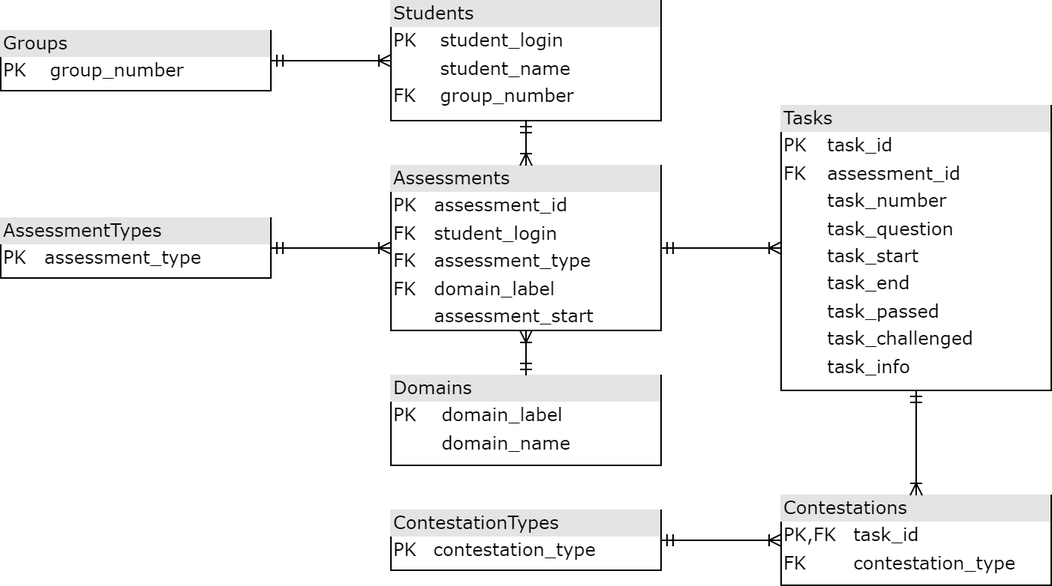
Before: docs/diagrams/data_base.png, a diagram exported from draw.io (aVorotnikov/ontologer). Source tidied: cells renumbered, new cells last; positions are measured from the earlier drawing's top-left corner, leaving out a move shared by most shapes.
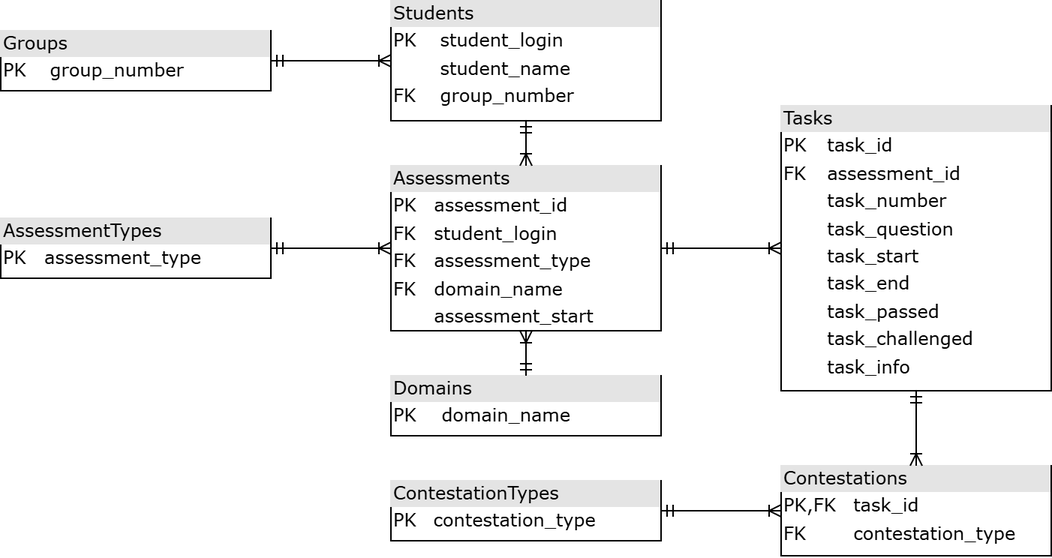
Later version of the same file.

Commit message:
Актуализирована схема базы данных

The edit, as a diff of the source:
```diff
@@ -11,7 +11,7 @@
     <mxCell id="4" style="edgeStyle=orthogonalEdgeStyle;html=1;endArrow=ERoneToMany;startArrow=ERmandOne;labelBackgroundColor=none;fontFamily=Verdana;fontSize=12;align=left;" parent="1" edge="1" source="2" target="3">
       <mxGeometry relative="1" as="geometry" />
     </mxCell>
-    <mxCell id="5" value="&lt;div style=&quot;box-sizing:border-box;width:100%;background:#e4e4e4;padding:2px;&quot;&gt;Assessments&lt;/div&gt;&lt;table style=&quot;width:100%;font-size:1em;&quot; cellpadding=&quot;2&quot; cellspacing=&quot;0&quot;&gt;&lt;tbody&gt;&lt;tr&gt;&lt;td&gt;PK&lt;/td&gt;&lt;td&gt;assessment_id&lt;/td&gt;&lt;/tr&gt;&lt;tr&gt;&lt;td&gt;FK&lt;/td&gt;&lt;td&gt;student_login&lt;/td&gt;&lt;/tr&gt;&lt;tr&gt;&lt;td&gt;FK&lt;/td&gt;&lt;td&gt;assessment_type&lt;/td&gt;&lt;/tr&gt;&lt;tr&gt;&lt;td&gt;FK&lt;/td&gt;&lt;td&gt;domain_label&lt;/td&gt;&lt;/tr&gt;&lt;tr&gt;&lt;td&gt;&lt;br&gt;&lt;/td&gt;&lt;td&gt;assessment_start&lt;/td&gt;&lt;/tr&gt;&lt;/tbody&gt;&lt;/table&gt;" style="verticalAlign=top;align=left;overflow=fill;html=1;rounded=0;shadow=0;comic=0;labelBackgroundColor=none;strokeWidth=1;fontFamily=Verdana;fontSize=12;" parent="1" vertex="1">
+    <mxCell id="5" value="&lt;div style=&quot;box-sizing:border-box;width:100%;background:#e4e4e4;padding:2px;&quot;&gt;Assessments&lt;/div&gt;&lt;table style=&quot;width:100%;font-size:1em;&quot; cellpadding=&quot;2&quot; cellspacing=&quot;0&quot;&gt;&lt;tbody&gt;&lt;tr&gt;&lt;td&gt;PK&lt;/td&gt;&lt;td&gt;assessment_id&lt;/td&gt;&lt;/tr&gt;&lt;tr&gt;&lt;td&gt;FK&lt;/td&gt;&lt;td&gt;student_login&lt;/td&gt;&lt;/tr&gt;&lt;tr&gt;&lt;td&gt;FK&lt;/td&gt;&lt;td&gt;assessment_type&lt;/td&gt;&lt;/tr&gt;&lt;tr&gt;&lt;td&gt;FK&lt;/td&gt;&lt;td&gt;domain_name&lt;/td&gt;&lt;/tr&gt;&lt;tr&gt;&lt;td&gt;&lt;br&gt;&lt;/td&gt;&lt;td&gt;assessment_start&lt;/td&gt;&lt;/tr&gt;&lt;/tbody&gt;&lt;/table&gt;" style="verticalAlign=top;align=left;overflow=fill;html=1;rounded=0;shadow=0;comic=0;labelBackgroundColor=none;strokeWidth=1;fontFamily=Verdana;fontSize=12;" parent="1" vertex="1">
       <mxGeometry x="260" y="110" width="180" height="110" as="geometry" />
     </mxCell>
     <mxCell id="6" style="edgeStyle=orthogonalEdgeStyle;html=1;endArrow=ERoneToMany;startArrow=ERmandOne;labelBackgroundColor=none;fontFamily=Verdana;fontSize=12;align=left;" parent="1" edge="1" source="3" target="5">
@@ -23,8 +23,8 @@
     <mxCell id="8" style="edgeStyle=orthogonalEdgeStyle;html=1;endArrow=ERoneToMany;startArrow=ERmandOne;labelBackgroundColor=none;fontFamily=Verdana;fontSize=12;align=left;" parent="1" edge="1" source="7" target="5">
       <mxGeometry relative="1" as="geometry" />
     </mxCell>
-    <mxCell id="9" value="&lt;div style=&quot;box-sizing:border-box;width:100%;background:#e4e4e4;padding:2px;&quot;&gt;Domains&lt;/div&gt;&lt;table style=&quot;width:100%;font-size:1em;&quot; cellpadding=&quot;2&quot; cellspacing=&quot;0&quot;&gt;&lt;tbody&gt;&lt;tr&gt;&lt;td&gt;PK&lt;/td&gt;&lt;td&gt;domain_label&lt;/td&gt;&lt;/tr&gt;&lt;tr&gt;&lt;td&gt;&lt;br&gt;&lt;/td&gt;&lt;td&gt;domain_name&lt;/td&gt;&lt;/tr&gt;&lt;/tbody&gt;&lt;/table&gt;" style="verticalAlign=top;align=left;overflow=fill;html=1;rounded=0;shadow=0;comic=0;labelBackgroundColor=none;strokeWidth=1;fontFamily=Verdana;fontSize=12;" parent="1" vertex="1">
-      <mxGeometry x="260" y="250" width="180" height="60" as="geometry" />
+    <mxCell id="9" value="&lt;div style=&quot;box-sizing:border-box;width:100%;background:#e4e4e4;padding:2px;&quot;&gt;Domains&lt;/div&gt;&lt;table style=&quot;width:100%;font-size:1em;&quot; cellpadding=&quot;2&quot; cellspacing=&quot;0&quot;&gt;&lt;tbody&gt;&lt;tr&gt;&lt;td&gt;PK&lt;/td&gt;&lt;td&gt;domain_name&lt;/td&gt;&lt;/tr&gt;&lt;/tbody&gt;&lt;/table&gt;" style="verticalAlign=top;align=left;overflow=fill;html=1;rounded=0;shadow=0;comic=0;labelBackgroundColor=none;strokeWidth=1;fontFamily=Verdana;fontSize=12;" parent="1" vertex="1">
+      <mxGeometry x="260" y="250" width="180" height="40" as="geometry" />
     </mxCell>
     <mxCell id="10" style="edgeStyle=orthogonalEdgeStyle;html=1;endArrow=ERoneToMany;startArrow=ERmandOne;labelBackgroundColor=none;fontFamily=Verdana;fontSize=12;align=left;" parent="1" edge="1" source="9" target="5">
       <mxGeometry relative="1" as="geometry" />
@@ -36,13 +36,13 @@
       <mxGeometry relative="1" as="geometry" />
     </mxCell>
     <mxCell id="13" value="&lt;div style=&quot;box-sizing:border-box;width:100%;background:#e4e4e4;padding:2px;&quot;&gt;Contestations&lt;/div&gt;&lt;table style=&quot;width:100%;font-size:1em;&quot; cellpadding=&quot;2&quot; cellspacing=&quot;0&quot;&gt;&lt;tbody&gt;&lt;tr&gt;&lt;td&gt;PK,FK&lt;/td&gt;&lt;td&gt;task_id&lt;/td&gt;&lt;/tr&gt;&lt;tr&gt;&lt;td&gt;FK&lt;/td&gt;&lt;td&gt;contestation_type&lt;/td&gt;&lt;/tr&gt;&lt;/tbody&gt;&lt;/table&gt;" style="verticalAlign=top;align=left;overflow=fill;html=1;rounded=0;shadow=0;comic=0;labelBackgroundColor=none;strokeWidth=1;fontFamily=Verdana;fontSize=12;" parent="1" vertex="1">
-      <mxGeometry x="520" y="330" width="180" height="60" as="geometry" />
+      <mxGeometry x="520" y="310" width="180" height="60" as="geometry" />
     </mxCell>
     <mxCell id="14" style="edgeStyle=orthogonalEdgeStyle;html=1;endArrow=ERoneToMany;startArrow=ERmandOne;labelBackgroundColor=none;fontFamily=Verdana;fontSize=12;align=left;fontStyle=4;" parent="1" edge="1" source="11" target="13">
       <mxGeometry relative="1" as="geometry" />
     </mxCell>
     <mxCell id="15" value="&lt;div style=&quot;box-sizing:border-box;width:100%;background:#e4e4e4;padding:2px;&quot;&gt;&lt;span style=&quot;color: light-dark(rgb(0, 0, 0), rgb(255, 255, 255));&quot;&gt;Contestation&lt;/span&gt;Types&lt;/div&gt;&lt;table style=&quot;width:100%;font-size:1em;&quot; cellpadding=&quot;2&quot; cellspacing=&quot;0&quot;&gt;&lt;tbody&gt;&lt;tr&gt;&lt;td&gt;PK&lt;/td&gt;&lt;td&gt;contestation_type&lt;/td&gt;&lt;/tr&gt;&lt;/tbody&gt;&lt;/table&gt;" style="verticalAlign=top;align=left;overflow=fill;html=1;rounded=0;shadow=0;comic=0;labelBackgroundColor=none;strokeWidth=1;fontFamily=Verdana;fontSize=12;" parent="1" vertex="1">
-      <mxGeometry x="260" y="340" width="180" height="40" as="geometry" />
+      <mxGeometry x="260" y="320" width="180" height="40" as="geometry" />
     </mxCell>
     <mxCell id="16" style="edgeStyle=orthogonalEdgeStyle;html=1;endArrow=ERoneToMany;startArrow=ERmandOne;labelBackgroundColor=none;fontFamily=Verdana;fontSize=12;align=left;" parent="1" edge="1" source="15" target="13">
       <mxGeometry relative="1" as="geometry" />
```
